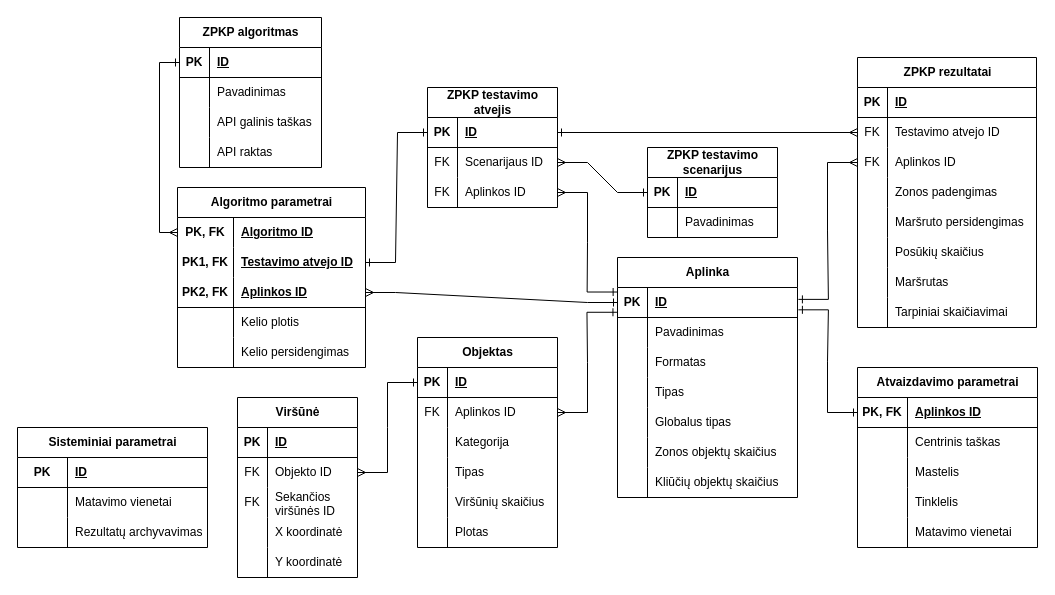
Above: page "Logical DB" (7 of 8) of docs/diagrams/funkciniai-reikalavimai.drawio in jRmx0/Blade (draw.io), before the change. Source tidied: cells renumbered, new cells numbered last; positions are measured from the earlier drawing's top-left corner, leaving out a move shared by most shapes. Both pictures are drawn from the tidied source at 100%, with x=0, y=0 at pixel (17, 17).
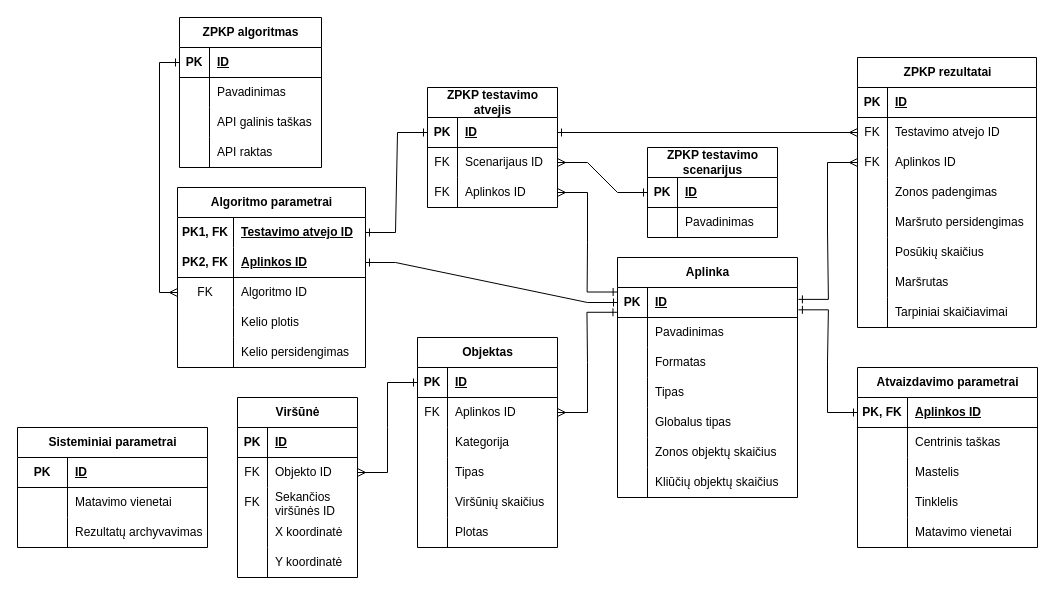
The same diagram, later.

The change refers to these unchanged cells:
```xml
<mxCell id="47" style="shape=tableRow;horizontal=0;startSize=0;swimlaneHead=0;swimlaneBody=0;fillColor=none;points=[[0,0.5],[1,0.5]];portConstraint=eastwest;top=0;left=0;right=0;bottom=1;" parent="46" vertex="1">
  <mxGeometry y="30" width="142" height="30" as="geometry" />
</mxCell>
<mxCell id="69" value="Algoritmo parametrai" style="shape=table;startSize=30;childLayout=tableLayout;rowLines=0;fontStyle=1;align=center;html=1;" parent="1" vertex="1">
  <mxGeometry x="160" y="170" width="188" height="180" as="geometry" />
</mxCell>
<mxCell id="89" style="shape=tableRow;horizontal=0;startSize=0;swimlaneHead=0;swimlaneBody=0;fillColor=none;points=[[0,0.5],[1,0.5]];portConstraint=eastwest;top=0;left=0;right=0;bottom=1;" parent="88" vertex="1">
  <mxGeometry y="30" width="180" height="30" as="geometry" />
</mxCell>
```

Change to the diagram source:
```diff
@@
-    <mxCell id="70" style="shape=tableRow;horizontal=0;startSize=0;swimlaneHead=0;swimlaneBody=0;fillColor=none;points=[[0,0.5],[1,0.5]];portConstraint=eastwest;top=0;left=0;right=0;bottom=0;" parent="69" vertex="1">
-      <mxGeometry y="30" width="188" height="30" as="geometry" />
-    </mxCell>
-    <mxCell id="71" value="PK, FK" style="shape=partialRectangle;fillColor=none;top=0;left=0;bottom=0;right=0;fontStyle=1;overflow=hidden;whiteSpace=wrap;html=1;" parent="70" vertex="1">
-      <mxGeometry width="56" height="30" as="geometry" />
-    </mxCell>
-    <mxCell id="72" value="Algoritmo ID" style="shape=partialRectangle;fillColor=none;top=0;left=0;bottom=0;right=0;align=left;spacingLeft=6;fontStyle=5;overflow=hidden;whiteSpace=wrap;html=1;" parent="70" vertex="1">
-      <mxGeometry x="56" width="132" height="30" as="geometry" />
-    </mxCell>
     <mxCell id="73" style="shape=tableRow;horizontal=0;startSize=0;swimlaneHead=0;swimlaneBody=0;fillColor=none;points=[[0,0.5],[1,0.5]];portConstraint=eastwest;top=0;left=0;right=0;bottom=0;" parent="69" vertex="1">
-      <mxGeometry y="60" width="188" height="30" as="geometry" />
+      <mxGeometry y="30" width="188" height="30" as="geometry" />
     </mxCell>
@@
     <mxCell id="76" style="shape=tableRow;horizontal=0;startSize=0;swimlaneHead=0;swimlaneBody=0;fillColor=none;points=[[0,0.5],[1,0.5]];portConstraint=eastwest;top=0;left=0;right=0;bottom=1;" parent="69" vertex="1">
-      <mxGeometry y="90" width="188" height="30" as="geometry" />
+      <mxGeometry y="60" width="188" height="30" as="geometry" />
     </mxCell>
@@
+    <mxCell id="166" style="shape=tableRow;horizontal=0;startSize=0;swimlaneHead=0;swimlaneBody=0;fillColor=none;points=[[0,0.5],[1,0.5]];portConstraint=eastwest;top=0;left=0;right=0;bottom=0;" parent="69" vertex="1">
+      <mxGeometry y="90" width="188" height="30" as="geometry" />
+    </mxCell>
+    <mxCell id="167" value="FK" style="shape=partialRectangle;fillColor=none;top=0;left=0;bottom=0;right=0;overflow=hidden;whiteSpace=wrap;html=1;" parent="166" vertex="1">
+      <mxGeometry width="56" height="30" as="geometry" />
+    </mxCell>
+    <mxCell id="72" value="Algoritmo ID" style="shape=partialRectangle;fillColor=none;top=0;left=0;bottom=0;right=0;align=left;spacingLeft=6;overflow=hidden;whiteSpace=wrap;html=1;" parent="166" vertex="1">
+      <mxGeometry x="56" width="132" height="30" as="geometry" />
+    </mxCell>
@@
-    <mxCell id="85" style="edgeStyle=orthogonalEdgeStyle;rounded=0;jettySize=auto;html=1;exitX=0;exitY=0.5;exitDx=0;exitDy=0;endArrow=ERmany;endFill=0;startArrow=ERone;startFill=0;entryX=0;entryY=0.5;entryDx=0;entryDy=0;" parent="1" edge="1" source="47" target="70">
+    <mxCell id="85" style="edgeStyle=orthogonalEdgeStyle;rounded=0;jettySize=auto;html=1;exitX=0;exitY=0.5;exitDx=0;exitDy=0;endArrow=ERmany;endFill=0;startArrow=ERone;startFill=0;entryX=0;entryY=0.5;entryDx=0;entryDy=0;" parent="1" edge="1" source="47" target="166">
       <mxGeometry relative="1" as="geometry" />
     </mxCell>
@@
-    <mxCell id="147" style="edgeStyle=entityRelationEdgeStyle;rounded=0;jettySize=auto;html=1;exitX=1;exitY=0.5;exitDx=0;exitDy=0;entryX=0;entryY=0.5;entryDx=0;entryDy=0;endArrow=ERone;endFill=0;startArrow=ERmany;startFill=0;" parent="1" edge="1" source="76" target="89">
+    <mxCell id="147" style="edgeStyle=entityRelationEdgeStyle;rounded=0;jettySize=auto;html=1;exitX=1;exitY=0.5;exitDx=0;exitDy=0;entryX=0;entryY=0.5;entryDx=0;entryDy=0;endArrow=ERone;endFill=0;startArrow=ERone;startFill=0;" parent="1" edge="1" source="76" target="89">
       <mxGeometry relative="1" as="geometry" />
     </mxCell>
```
